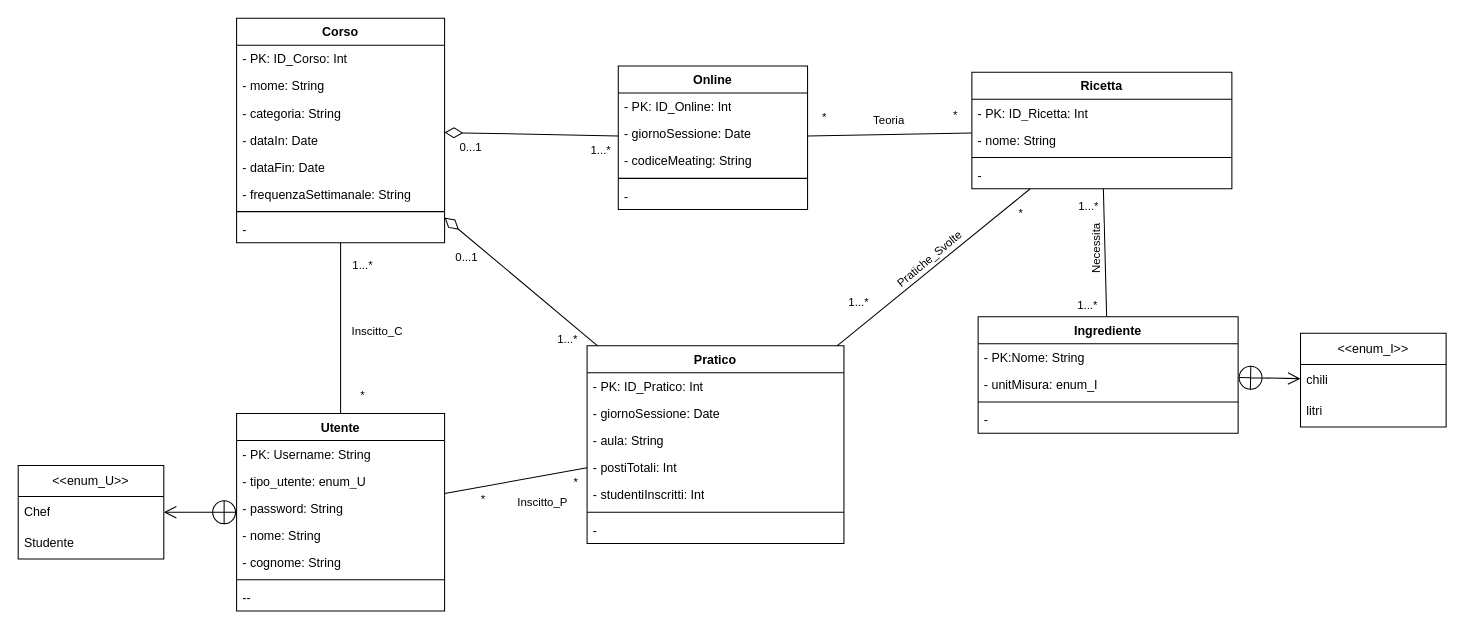
Earlier version of the draw.io diagram page "umlRistrutturato" (3 of 4) of bdd/uml/UML1.drawio (MetisWastaken/UninaFoodLab). Source tidied: cells renumbered, new cells numbered last; positions are measured from the earlier drawing's top-left corner, leaving out a move shared by most shapes. Both pictures are drawn from the tidied source at 104%, with x=0, y=0 at pixel (18, 18).
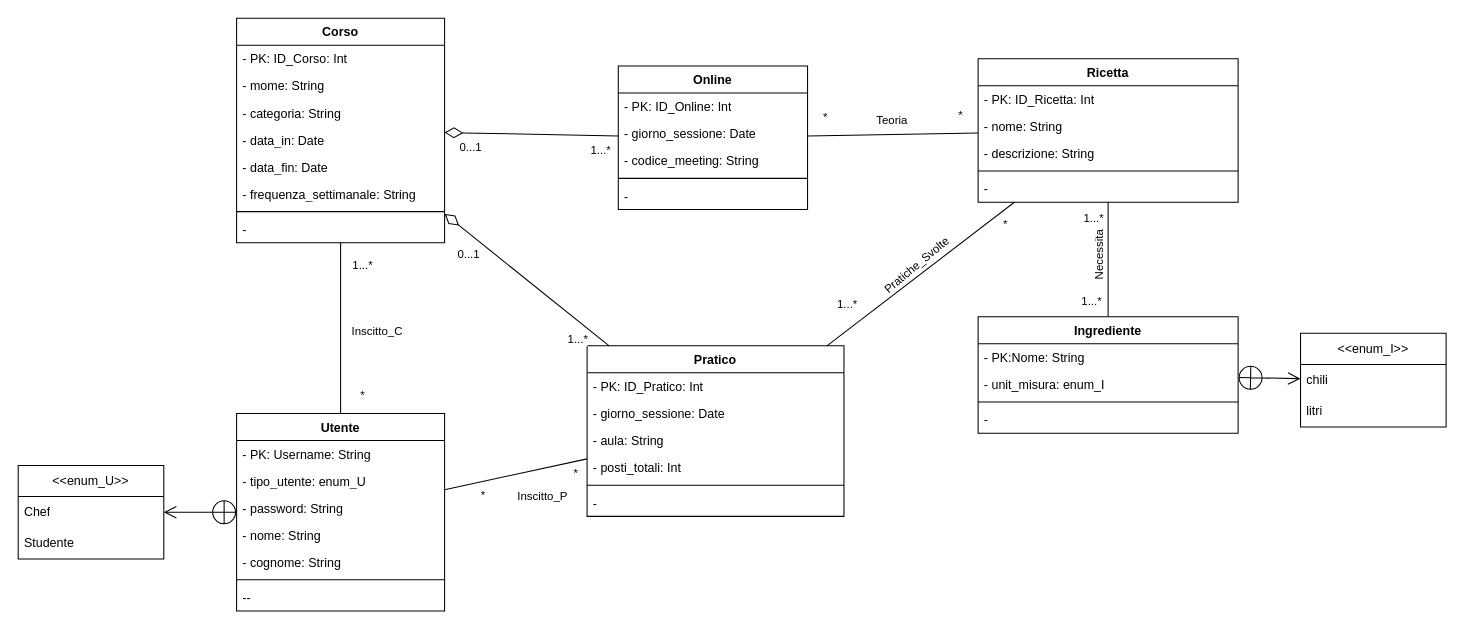
The same diagram, later.

Unchanged cells that the change refers to:
```xml
<mxCell id="2" value="Corso" style="swimlane;align=center;verticalAlign=top;horizontal=1;startSize=26;whiteSpace=wrap;html=1;" parent="1" vertex="1">
  <mxGeometry x="210" width="200" height="216" as="geometry" />
</mxCell>
<mxCell id="19" value="Online" style="swimlane;align=center;verticalAlign=top;horizontal=1;startSize=26;whiteSpace=wrap;html=1;" parent="1" vertex="1">
  <mxGeometry x="577" y="46" width="182" height="138" as="geometry" />
</mxCell>
<mxCell id="33" style="rounded=0;jettySize=auto;html=1;endArrow=none;endFill=0;" parent="1" edge="1" source="37" target="61">
  <mxGeometry relative="1" as="geometry" />
</mxCell>
<mxCell id="61" value="Ingrediente" style="swimlane;align=center;verticalAlign=top;horizontal=1;startSize=26;whiteSpace=wrap;html=1;" parent="1" vertex="1">
  <mxGeometry x="923" y="287" width="250" height="112" as="geometry" />
</mxCell>
```

The edit, as a diff of the source:
```diff
@@
-    <mxCell id="6" value="- dataIn: Date" style="text;strokeColor=none;fillColor=none;align=left;verticalAlign=top;spacingLeft=4;spacingRight=4;overflow=hidden;whiteSpace=wrap;html=1;" parent="2" vertex="1">
+    <mxCell id="6" value="- data_in: Date" style="text;strokeColor=none;fillColor=none;align=left;verticalAlign=top;spacingLeft=4;spacingRight=4;overflow=hidden;whiteSpace=wrap;html=1;" parent="2" vertex="1">
       <mxGeometry y="104" width="200" height="26" as="geometry" />
     </mxCell>
-    <mxCell id="7" value="- dataFin: Date" style="text;strokeColor=none;fillColor=none;align=left;verticalAlign=top;spacingLeft=4;spacingRight=4;overflow=hidden;whiteSpace=wrap;html=1;" parent="2" vertex="1">
+    <mxCell id="7" value="- data_fin: Date" style="text;strokeColor=none;fillColor=none;align=left;verticalAlign=top;spacingLeft=4;spacingRight=4;overflow=hidden;whiteSpace=wrap;html=1;" parent="2" vertex="1">
       <mxGeometry y="130" width="200" height="26" as="geometry" />
     </mxCell>
-    <mxCell id="8" value="- frequenzaSettimanale: String" style="text;strokeColor=none;fillColor=none;align=left;verticalAlign=top;spacingLeft=4;spacingRight=4;overflow=hidden;whiteSpace=wrap;html=1;" parent="2" vertex="1">
+    <mxCell id="8" value="- frequenza_settimanale: String" style="text;strokeColor=none;fillColor=none;align=left;verticalAlign=top;spacingLeft=4;spacingRight=4;overflow=hidden;whiteSpace=wrap;html=1;" parent="2" vertex="1">
       <mxGeometry y="156" width="200" height="26" as="geometry" />
     </mxCell>
@@
-    <mxCell id="21" value="- giornoSessione: Date" style="text;strokeColor=none;fillColor=none;align=left;verticalAlign=top;spacingLeft=4;spacingRight=4;overflow=hidden;whiteSpace=wrap;html=1;" parent="19" vertex="1">
+    <mxCell id="21" value="- giorno_sessione: Date" style="text;strokeColor=none;fillColor=none;align=left;verticalAlign=top;spacingLeft=4;spacingRight=4;overflow=hidden;whiteSpace=wrap;html=1;" parent="19" vertex="1">
       <mxGeometry y="52" width="182" height="26" as="geometry" />
     </mxCell>
-    <mxCell id="22" value="- codiceMeating: String" style="text;strokeColor=none;fillColor=none;align=left;verticalAlign=top;spacingLeft=4;spacingRight=4;overflow=hidden;whiteSpace=wrap;html=1;" parent="19" vertex="1">
+    <mxCell id="22" value="- codice_meeting: String" style="text;strokeColor=none;fillColor=none;align=left;verticalAlign=top;spacingLeft=4;spacingRight=4;overflow=hidden;whiteSpace=wrap;html=1;" parent="19" vertex="1">
       <mxGeometry y="78" width="182" height="26" as="geometry" />
     </mxCell>
@@
     <mxCell id="25" value="Pratico" style="swimlane;align=center;verticalAlign=top;horizontal=1;startSize=26;whiteSpace=wrap;html=1;" parent="1" vertex="1">
-      <mxGeometry x="547" y="315" width="247" height="190" as="geometry" />
+      <mxGeometry x="547" y="315" width="247" height="164" as="geometry" />
     </mxCell>
@@
-    <mxCell id="27" value="- giornoSessione: Date" style="text;strokeColor=none;fillColor=none;align=left;verticalAlign=top;spacingLeft=4;spacingRight=4;overflow=hidden;whiteSpace=wrap;html=1;" parent="25" vertex="1">
+    <mxCell id="27" value="- giorno_sessione: Date" style="text;strokeColor=none;fillColor=none;align=left;verticalAlign=top;spacingLeft=4;spacingRight=4;overflow=hidden;whiteSpace=wrap;html=1;" parent="25" vertex="1">
       <mxGeometry y="52" width="247" height="26" as="geometry" />
     </mxCell>
@@
-    <mxCell id="29" value="- postiTotali: Int" style="text;strokeColor=none;fillColor=none;align=left;verticalAlign=top;spacingLeft=4;spacingRight=4;overflow=hidden;whiteSpace=wrap;html=1;" parent="25" vertex="1">
+    <mxCell id="29" value="- posti_totali: Int" style="text;strokeColor=none;fillColor=none;align=left;verticalAlign=top;spacingLeft=4;spacingRight=4;overflow=hidden;whiteSpace=wrap;html=1;" parent="25" vertex="1">
       <mxGeometry y="104" width="247" height="26" as="geometry" />
     </mxCell>
-    <mxCell id="30" value="- studentiInscritti: Int" style="text;strokeColor=none;fillColor=none;align=left;verticalAlign=top;spacingLeft=4;spacingRight=4;overflow=hidden;whiteSpace=wrap;html=1;" parent="25" vertex="1">
-      <mxGeometry y="130" width="247" height="26" as="geometry" />
-    </mxCell>
     <mxCell id="31" style="line;strokeWidth=1;fillColor=none;align=left;verticalAlign=middle;spacingTop=-1;spacingLeft=3;spacingRight=3;labelPosition=right;strokeColor=inherit;" parent="25" vertex="1">
-      <mxGeometry y="156" width="247" height="8" as="geometry" />
+      <mxGeometry y="130" width="247" height="8" as="geometry" />
     </mxCell>
     <mxCell id="32" value="-" style="text;strokeColor=none;fillColor=none;align=left;verticalAlign=top;spacingLeft=4;spacingRight=4;overflow=hidden;whiteSpace=wrap;html=1;" parent="25" vertex="1">
-      <mxGeometry y="164" width="247" height="26" as="geometry" />
+      <mxGeometry y="138" width="247" height="26" as="geometry" />
     </mxCell>
@@
     <mxCell id="34" value="1...*" style="edgeLabel;html=1;align=center;verticalAlign=middle;" parent="33" vertex="1">
       <mxGeometry x="-0.63" y="-1" relative="1" as="geometry">
-        <mxPoint x="-16" y="88" as="offset" />
+        <mxPoint x="-16" y="74" as="offset" />
       </mxGeometry>
     </mxCell>
@@
     <mxCell id="37" value="Ricetta" style="swimlane;align=center;verticalAlign=top;horizontal=1;startSize=26;whiteSpace=wrap;html=1;" parent="1" vertex="1">
-      <mxGeometry x="917" y="52" width="250" height="112" as="geometry" />
+      <mxGeometry x="923" y="39" width="250" height="138" as="geometry" />
     </mxCell>
@@
+    <mxCell id="77" value="- descrizione: String" style="text;strokeColor=none;fillColor=none;align=left;verticalAlign=top;spacingLeft=4;spacingRight=4;overflow=hidden;whiteSpace=wrap;html=1;" parent="37" vertex="1">
+      <mxGeometry y="78" width="250" height="26" as="geometry" />
+    </mxCell>
     <mxCell id="40" style="line;strokeWidth=1;fillColor=none;align=left;verticalAlign=middle;spacingTop=-1;spacingLeft=3;spacingRight=3;labelPosition=right;strokeColor=inherit;" parent="37" vertex="1">
-      <mxGeometry y="78" width="250" height="8" as="geometry" />
+      <mxGeometry y="104" width="250" height="8" as="geometry" />
     </mxCell>
     <mxCell id="41" value="-" style="text;strokeColor=none;fillColor=none;align=left;verticalAlign=top;spacingLeft=4;spacingRight=4;overflow=hidden;whiteSpace=wrap;html=1;" parent="37" vertex="1">
-      <mxGeometry y="86" width="250" height="26" as="geometry" />
+      <mxGeometry y="112" width="250" height="26" as="geometry" />
     </mxCell>
@@
-    <mxCell id="63" value="- unitMisura: enum_I" style="text;strokeColor=none;fillColor=none;align=left;verticalAlign=top;spacingLeft=4;spacingRight=4;overflow=hidden;whiteSpace=wrap;html=1;" parent="61" vertex="1">
+    <mxCell id="63" value="- unit_misura: enum_I" style="text;strokeColor=none;fillColor=none;align=left;verticalAlign=top;spacingLeft=4;spacingRight=4;overflow=hidden;whiteSpace=wrap;html=1;" parent="61" vertex="1">
       <mxGeometry y="52" width="250" height="26" as="geometry" />
     </mxCell>
```
